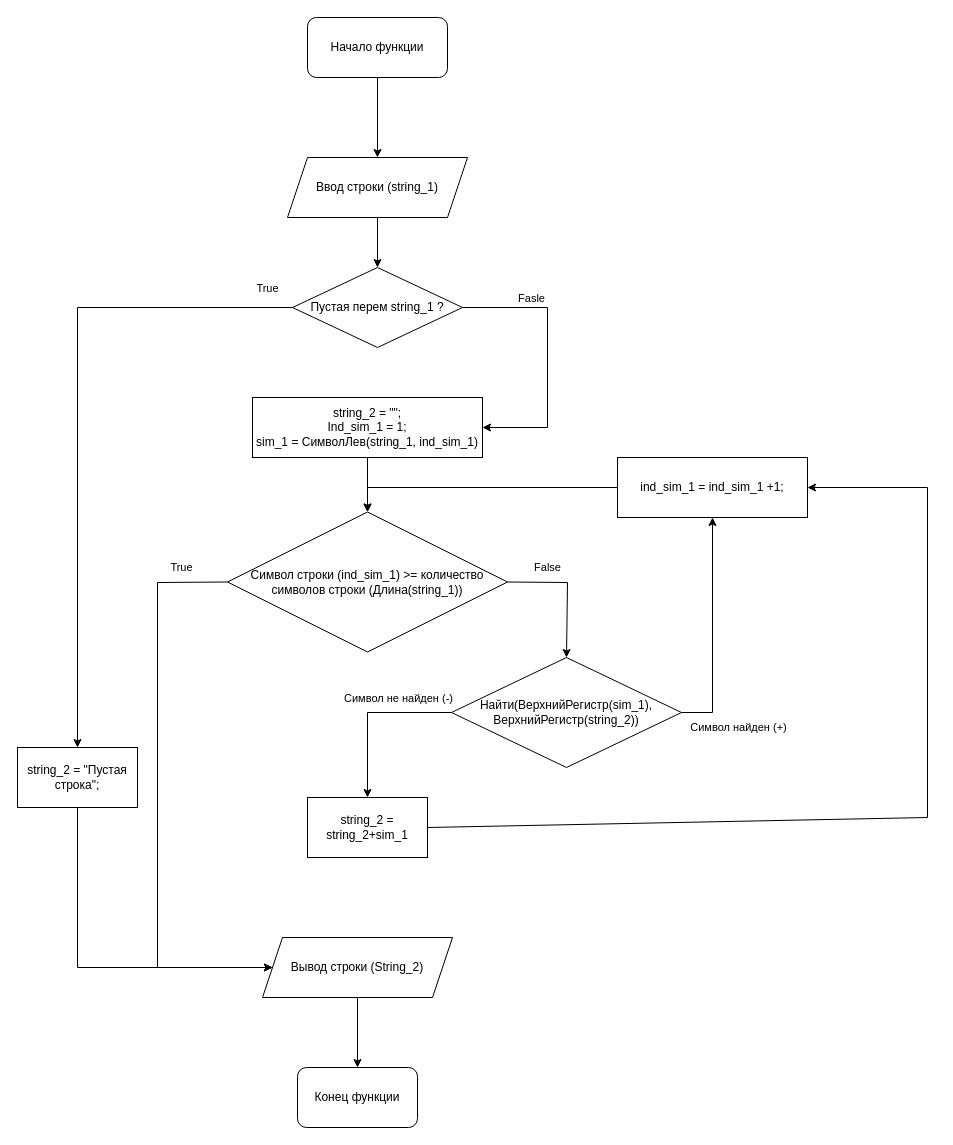
This is Lr1/Savkin_A_E_22ISz/Lr1_v19.drawio from OrangeRedeng/Spring_2023, a draw.io file, before an edit. Source tidied: cells renumbered, new cells numbered last; positions are measured from the earlier drawing's top-left corner, leaving out a move shared by most shapes. Both pictures are drawn from the tidied source at 100%, with x=0, y=0 at pixel (17, 17).
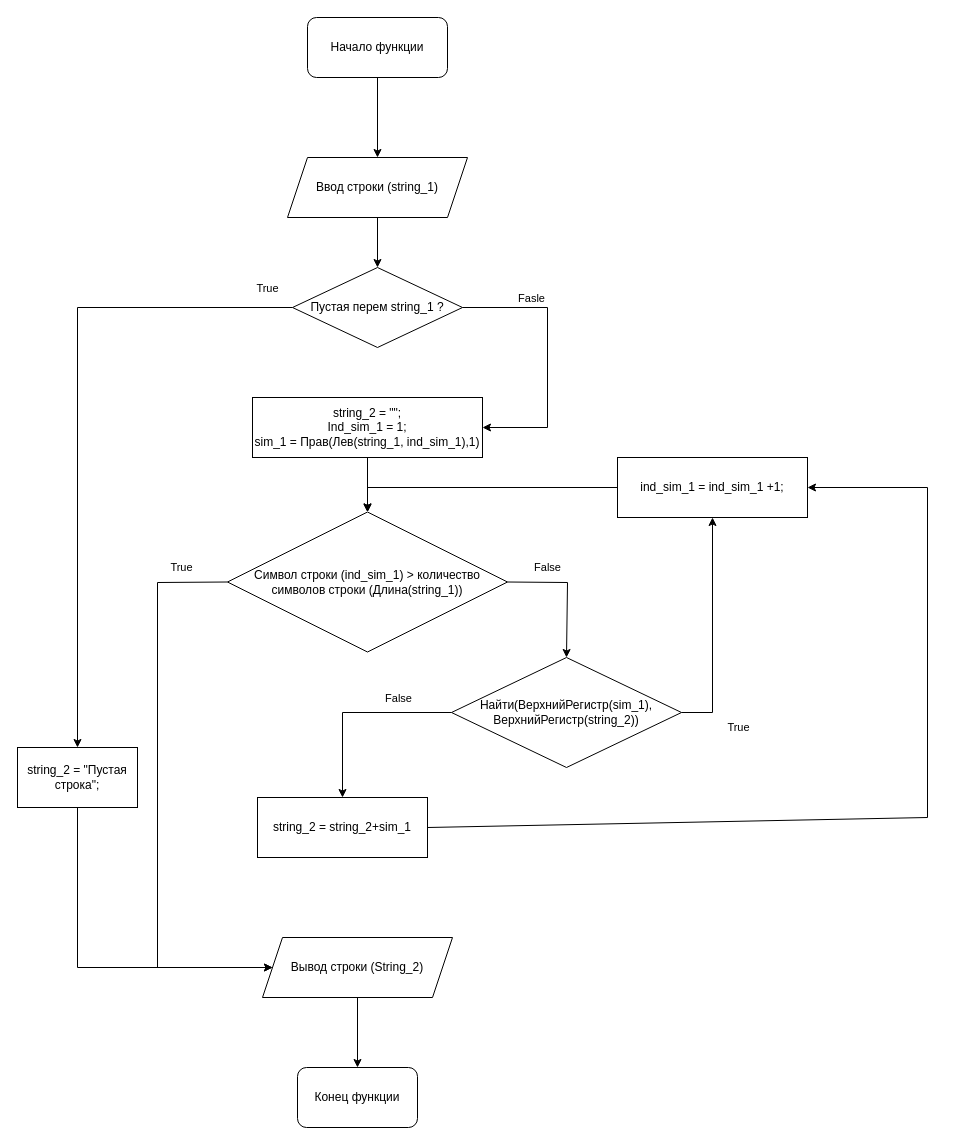
The same page after the edit.

The change refers to these unchanged cells:
```xml
<mxCell id="17" style="edgeStyle=orthogonalEdgeStyle;rounded=0;jettySize=auto;html=1;exitX=1;exitY=0.5;exitDx=0;exitDy=0;entryX=0.5;entryY=1;entryDx=0;entryDy=0;" parent="1" edge="1" source="19" target="22">
  <mxGeometry relative="1" as="geometry" />
</mxCell>
<mxCell id="19" value="Найти(ВерхнийРегистр(sim_1), ВерхнийРегистр(string_2))" style="rhombus;whiteSpace=wrap;html=1;" parent="1" vertex="1">
  <mxGeometry x="434" y="640" width="230" height="110" as="geometry" />
</mxCell>
```

Diff of the diagram source:
```diff
@@
-    <mxCell id="11" value="Символ строки (ind_sim_1) &amp;gt;= количество символов строки (Длина(string_1))" style="rhombus;whiteSpace=wrap;html=1;" parent="1" vertex="1">
+    <mxCell id="11" value="Символ строки (ind_sim_1) &amp;gt; количество символов строки (Длина(string_1))" style="rhombus;whiteSpace=wrap;html=1;" parent="1" vertex="1">
       <mxGeometry x="210" y="494.5" width="280" height="140" as="geometry" />
     </mxCell>
@@
     <mxCell id="14" value="string_2 = string_2+sim_1" style="rounded=0;whiteSpace=wrap;html=1;" parent="1" vertex="1">
-      <mxGeometry x="290" y="780" width="120" height="60" as="geometry" />
+      <mxGeometry x="240" y="780" width="170" height="60" as="geometry" />
     </mxCell>
+    <mxCell id="32" style="edgeStyle=orthogonalEdgeStyle;rounded=0;jettySize=auto;html=1;" parent="1" edge="1" source="15" target="11">
+      <mxGeometry relative="1" as="geometry" />
+    </mxCell>
-    <mxCell id="15" value="string_2 = &quot;&quot;;&lt;br&gt;Ind_sim_1 = 1;&lt;br&gt;sim_1 = СимволЛев(string_1, ind_sim_1)" style="rounded=0;whiteSpace=wrap;html=1;" parent="1" vertex="1">
+    <mxCell id="15" value="string_2 = &quot;&quot;;&lt;br&gt;Ind_sim_1 = 1;&lt;br&gt;sim_1 = Прав(Лев(string_1, ind_sim_1),1)" style="rounded=0;whiteSpace=wrap;html=1;" parent="1" vertex="1">
       <mxGeometry x="235" y="380" width="230" height="60" as="geometry" />
     </mxCell>
@@
-    <mxCell id="18" value="Символ найден (+)" style="edgeLabel;html=1;align=center;verticalAlign=middle;" parent="17" vertex="1">
+    <mxCell id="18" value="True" style="edgeLabel;html=1;align=center;verticalAlign=middle;" parent="17" vertex="1">
       <mxGeometry x="-0.03" y="-1" relative="1" as="geometry">
         <mxPoint x="24" y="93" as="offset" />
       </mxGeometry>
     </mxCell>
@@
     <mxCell id="20" style="endArrow=classic;html=1;rounded=0;exitX=0;exitY=0.5;exitDx=0;exitDy=0;entryX=0.5;entryY=0;entryDx=0;entryDy=0;" parent="1" edge="1" source="19" target="14">
       <mxGeometry relative="1" as="geometry">
         <Array as="points">
-          <mxPoint x="350" y="695" />
+          <mxPoint x="325" y="695" />
         </Array>
       </mxGeometry>
     </mxCell>
-    <mxCell id="21" value="Символ не найден (-)" style="edgeLabel;html=1;align=center;verticalAlign=middle;" parent="20" vertex="1">
+    <mxCell id="21" value="False" style="edgeLabel;html=1;align=center;verticalAlign=middle;" parent="20" vertex="1">
       <mxGeometry x="0.25" y="1" relative="1" as="geometry">
-        <mxPoint x="29" y="-37" as="offset" />
+        <mxPoint x="54" y="-27" as="offset" />
       </mxGeometry>
     </mxCell>
```
